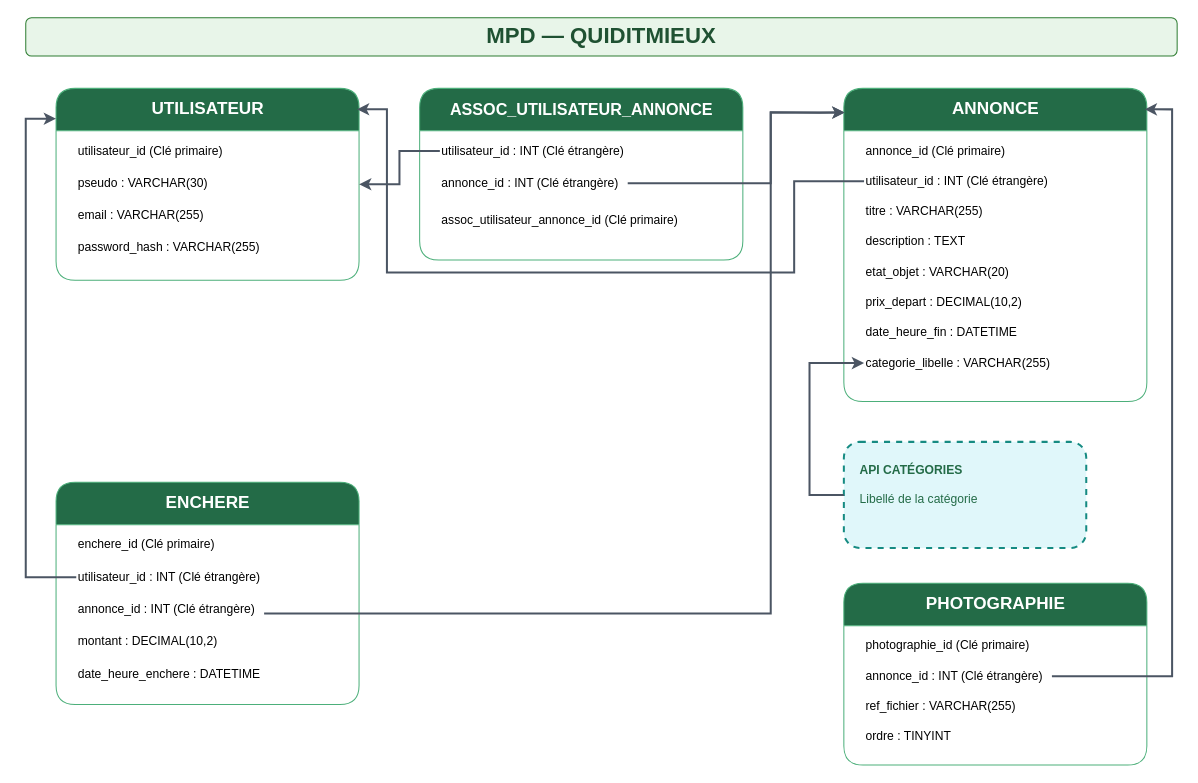
Above: documents/conceptualisation/Modèles de données/MPD.drawio in anthonylepichon/quiditmieux (draw.io), before the change. Source tidied: cells renumbered, new cells numbered last; positions are measured from the earlier drawing's top-left corner, leaving out a move shared by most shapes. Both pictures are drawn from the tidied source at 101%, with x=0, y=0 at pixel (25, 17).
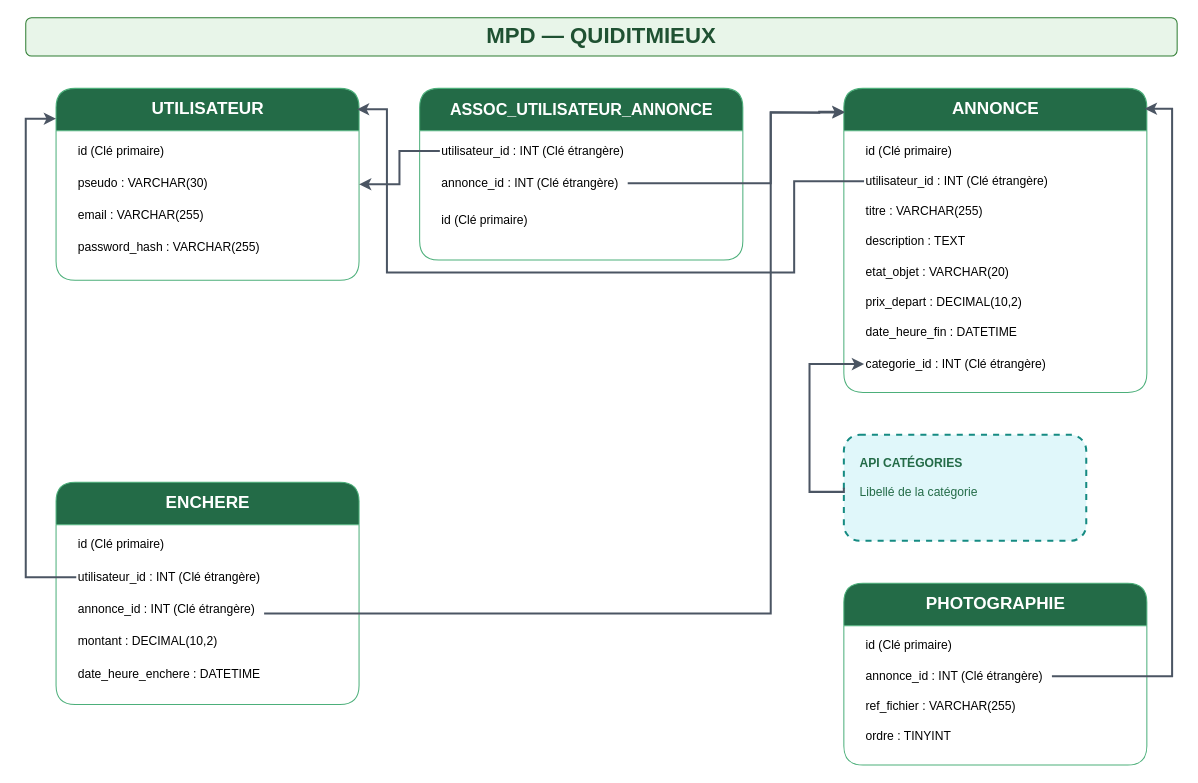
Above is the later version.

The change refers to these unchanged cells:
```xml
<mxCell id="3" value="UTILISATEUR" style="swimlane;html=1;startSize=42;rounded=1;fillColor=#236b47;swimlaneFillColor=#ffffff;strokeColor=#4caf7a;fontColor=#ffffff;fontSize=17;fontStyle=1;align=center;verticalAlign=middle;" parent="1" vertex="1">
  <mxGeometry x="30" y="70" width="300" height="190" as="geometry" />
</mxCell>
<mxCell id="8" value="ASSOC_UTILISATEUR_ANNONCE" style="swimlane;html=1;startSize=42;rounded=1;fillColor=#236b47;swimlaneFillColor=#ffffff;strokeColor=#4caf7a;fontColor=#ffffff;fontSize=16;fontStyle=1;align=center;verticalAlign=middle;" parent="1" vertex="1">
  <mxGeometry x="390" y="70" width="320" height="170" as="geometry" />
</mxCell>
<mxCell id="21" value="ENCHERE" style="swimlane;html=1;startSize=42;rounded=1;fillColor=#236b47;swimlaneFillColor=#ffffff;strokeColor=#4caf7a;fontColor=#ffffff;fontSize=17;fontStyle=1;align=center;verticalAlign=middle;" parent="1" vertex="1">
  <mxGeometry x="30" y="460" width="300" height="220" as="geometry" />
</mxCell>
<mxCell id="28" value="PHOTOGRAPHIE" style="swimlane;html=1;startSize=42;rounded=1;fillColor=#236b47;swimlaneFillColor=#ffffff;strokeColor=#4caf7a;fontColor=#ffffff;fontSize=17;fontStyle=1;align=center;verticalAlign=middle;" parent="1" vertex="1">
  <mxGeometry x="810" y="560" width="300" height="180" as="geometry" />
</mxCell>
```

Diff of the diagram source:
```diff
@@
-    <mxCell id="4" value="utilisateur_id (Clé primaire)" style="text;html=1;strokeColor=none;fillColor=none;align=left;verticalAlign=middle;fontSize=12;" parent="3" vertex="1">
+    <mxCell id="4" value="id (Clé primaire)" style="text;html=1;strokeColor=none;fillColor=none;align=left;verticalAlign=middle;fontSize=12;" parent="3" vertex="1">
       <mxGeometry x="20" y="50" width="260" height="24" as="geometry" />
     </mxCell>
@@
-    <mxCell id="11" value="assoc_utilisateur_annonce_id (Clé primaire)" style="text;html=1;strokeColor=none;fillColor=none;align=left;verticalAlign=middle;fontSize=12;" parent="8" vertex="1">
+    <mxCell id="11" value="id (Clé primaire)" style="text;html=1;strokeColor=none;fillColor=none;align=left;verticalAlign=middle;fontSize=12;" parent="8" vertex="1">
       <mxGeometry x="20" y="114" width="280" height="34" as="geometry" />
     </mxCell>
     <mxCell id="12" value="ANNONCE" style="swimlane;html=1;startSize=42;rounded=1;fillColor=#236b47;swimlaneFillColor=#ffffff;strokeColor=#4caf7a;fontColor=#ffffff;fontSize=17;fontStyle=1;align=center;verticalAlign=middle;" parent="1" vertex="1">
-      <mxGeometry x="810" y="70" width="300" height="310" as="geometry" />
+      <mxGeometry x="810" y="70" width="300" height="301" as="geometry" />
     </mxCell>
-    <mxCell id="13" value="annonce_id (Clé primaire)" style="text;html=1;strokeColor=none;fillColor=none;align=left;verticalAlign=middle;fontSize=12;" parent="12" vertex="1">
+    <mxCell id="13" value="id (Clé primaire)" style="text;html=1;strokeColor=none;fillColor=none;align=left;verticalAlign=middle;fontSize=12;" parent="12" vertex="1">
       <mxGeometry x="20" y="50" width="260" height="24" as="geometry" />
     </mxCell>
@@
-    <mxCell id="20" value="categorie_libelle : VARCHAR(255)" style="text;html=1;strokeColor=none;fillColor=none;align=left;verticalAlign=middle;fontSize=12;" parent="12" vertex="1">
-      <mxGeometry x="20" y="260" width="260" height="24" as="geometry" />
+    <mxCell id="20" value="categorie_id : INT (Clé étrangère)" style="text;html=1;strokeColor=none;fillColor=none;align=left;verticalAlign=middle;fontSize=12;" parent="12" vertex="1">
+      <mxGeometry x="20" y="261" width="260" height="24" as="geometry" />
     </mxCell>
@@
-    <mxCell id="22" value="enchere_id (Clé primaire)" style="text;html=1;strokeColor=none;fillColor=none;align=left;verticalAlign=middle;fontSize=12;" parent="21" vertex="1">
+    <mxCell id="22" value="id (Clé primaire)" style="text;html=1;strokeColor=none;fillColor=none;align=left;verticalAlign=middle;fontSize=12;" parent="21" vertex="1">
       <mxGeometry x="20" y="50" width="260" height="24" as="geometry" />
     </mxCell>
@@
     <mxCell id="27" value="&lt;b&gt;API CATÉGORIES&lt;/b&gt;&lt;br&gt;&lt;br&gt;Libellé de la catégorie" style="rounded=1;whiteSpace=wrap;html=1;dashed=1;strokeWidth=2;fillColor=#e0f7fa;strokeColor=#168b82;fontColor=#236b47;fontSize=12;align=left;verticalAlign=top;spacingTop=14;spacingLeft=14;" parent="1" vertex="1">
-      <mxGeometry x="810" y="420" width="240" height="105" as="geometry" />
+      <mxGeometry x="810" y="413" width="240" height="105" as="geometry" />
     </mxCell>
@@
-    <mxCell id="29" value="photographie_id (Clé primaire)" style="text;html=1;strokeColor=none;fillColor=none;align=left;verticalAlign=middle;fontSize=12;" parent="28" vertex="1">
+    <mxCell id="29" value="id (Clé primaire)" style="text;html=1;strokeColor=none;fillColor=none;align=left;verticalAlign=middle;fontSize=12;" parent="28" vertex="1">
       <mxGeometry x="20" y="50" width="260" height="24" as="geometry" />
     </mxCell>
@@
     <mxCell id="39" style="edgeStyle=orthogonalEdgeStyle;rounded=0;jettySize=auto;html=1;endArrow=classic;strokeColor=#4b5563;strokeWidth=2;entryX=0;entryY=0.5;entryDx=0;entryDy=0;exitX=0;exitY=0.5;exitDx=0;exitDy=0;" parent="1" edge="1" source="27" target="20">
       <mxGeometry relative="1" as="geometry">
         <Array as="points">
-          <mxPoint x="776" y="472.5" />
-          <mxPoint x="776" y="342" />
+          <mxPoint x="810" y="469.5" />
+          <mxPoint x="776" y="469.5" />
+          <mxPoint x="776" y="343" />
         </Array>
       </mxGeometry>
     </mxCell>
```
